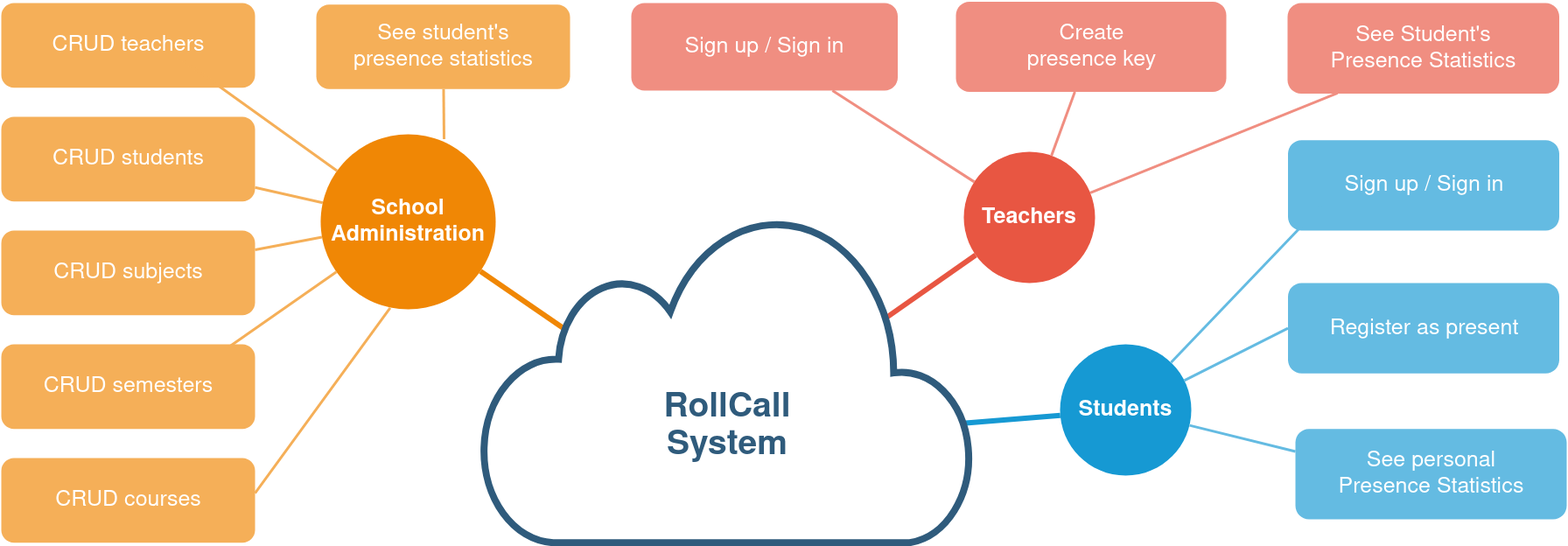
stefanosAgelastos/multi-db-web-server keeps this draw.io diagram as docs/report_system_schema.drawio.png. Above is the earlier version. Source tidied: cells renumbered, new cells last; positions are measured from the earlier drawing's top-left corner, leaving out a move shared by most shapes. Source of this version:
```xml
<mxGraphModel>
  <root>
    <mxCell id="0" />
    <mxCell id="1" parent="0" />
    <mxCell id="2" value="&lt;font style=&quot;font-size: 25px&quot;&gt;&lt;b&gt;School Administration&lt;/b&gt;&lt;/font&gt;" style="ellipse;whiteSpace=wrap;html=1;shadow=0;fontFamily=Helvetica;fontSize=20;fontColor=#FFFFFF;align=center;strokeWidth=3;fillColor=#F08705;strokeColor=none;gradientColor=none;" parent="1" vertex="1">
      <mxGeometry x="365" y="151" width="200" height="200" as="geometry" />
    </mxCell>
    <mxCell id="3" value="&lt;font style=&quot;font-size: 25px&quot;&gt;&lt;b&gt;Teachers&lt;/b&gt;&lt;/font&gt;" style="ellipse;whiteSpace=wrap;html=1;shadow=0;fontFamily=Helvetica;fontSize=20;fontColor=#FFFFFF;align=center;strokeWidth=3;fillColor=#E85642;strokeColor=none;" parent="1" vertex="1">
      <mxGeometry x="1100" y="171" width="150" height="150" as="geometry" />
    </mxCell>
    <mxCell id="4" value="&lt;font style=&quot;font-size: 25px&quot;&gt;&lt;b&gt;Students&lt;/b&gt;&lt;/font&gt;" style="ellipse;whiteSpace=wrap;html=1;shadow=0;fontFamily=Helvetica;fontSize=20;fontColor=#FFFFFF;align=center;strokeWidth=3;fillColor=#1699D3;strokeColor=none;" parent="1" vertex="1">
      <mxGeometry x="1210" y="391" width="150" height="150" as="geometry" />
    </mxCell>
    <mxCell id="5" style="endArrow=none;strokeWidth=6;strokeColor=#f08705;html=1;exitX=0.166;exitY=0.35;exitDx=0;exitDy=0;exitPerimeter=0;" parent="1" edge="1" source="19" target="2">
      <mxGeometry relative="1" as="geometry" />
    </mxCell>
    <mxCell id="6" style="endArrow=none;strokeWidth=6;strokeColor=#E85642;html=1;exitX=0.825;exitY=0.316;exitDx=0;exitDy=0;exitPerimeter=0;" parent="1" edge="1" source="19" target="3">
      <mxGeometry relative="1" as="geometry" />
    </mxCell>
    <mxCell id="7" style="endArrow=none;strokeWidth=6;strokeColor=#1699D3;html=1;exitX=0.986;exitY=0.637;exitDx=0;exitDy=0;exitPerimeter=0;" parent="1" edge="1" source="19" target="4">
      <mxGeometry relative="1" as="geometry" />
    </mxCell>
    <mxCell id="8" value="&lt;font style=&quot;font-size: 25px&quot;&gt;CRUD teachers&lt;/font&gt;" style="rounded=1;fillColor=#f5af58;strokeColor=none;strokeWidth=3;shadow=0;html=1;fontColor=#FFFFFF;" parent="1" vertex="1">
      <mxGeometry y="1" width="290" height="96.7" as="geometry" />
    </mxCell>
    <mxCell id="9" style="edgeStyle=none;endArrow=none;strokeWidth=3;strokeColor=#F5AF58;html=1;" parent="1" edge="1" source="2">
      <mxGeometry x="-730" y="101.5" as="geometry">
        <mxPoint x="200" y="61" as="targetPoint" />
      </mxGeometry>
    </mxCell>
    <mxCell id="10" value="&lt;font style=&quot;font-size: 25px&quot;&gt;Sign up / Sign in&lt;/font&gt;" style="rounded=1;fillColor=#f08e81;strokeColor=none;strokeWidth=3;shadow=0;html=1;fontColor=#FFFFFF;" parent="1" vertex="1">
      <mxGeometry x="720" y="1" width="304.5" height="100" as="geometry" />
    </mxCell>
    <mxCell id="11" style="edgeStyle=none;endArrow=none;strokeWidth=3;strokeColor=#F08E81;html=1;entryX=0.184;entryY=0.995;entryDx=0;entryDy=0;entryPerimeter=0;" parent="1" edge="1" source="3" target="21">
      <mxGeometry x="-600" y="146.5" as="geometry" />
    </mxCell>
    <mxCell id="12" style="edgeStyle=none;endArrow=none;strokeWidth=3;strokeColor=#F08E81;html=1;" parent="1" edge="1" source="3" target="20">
      <mxGeometry x="-600" y="146.5" as="geometry" />
    </mxCell>
    <mxCell id="13" style="edgeStyle=none;endArrow=none;strokeWidth=3;strokeColor=#F08E81;html=1;" parent="1" edge="1" source="3" target="10">
      <mxGeometry x="-600" y="146.5" as="geometry" />
    </mxCell>
    <mxCell id="14" value="&lt;span style=&quot;font-size: 25px&quot;&gt;Sign up / Sign in&lt;/span&gt;" style="rounded=1;fillColor=#64BBE2;strokeColor=none;strokeWidth=3;shadow=0;html=1;fontColor=#FFFFFF;" parent="1" vertex="1">
      <mxGeometry x="1470.5" y="157.7" width="310" height="103.3" as="geometry" />
    </mxCell>
    <mxCell id="15" style="edgeStyle=none;endArrow=none;strokeWidth=3;strokeColor=#64BBE2;html=1;entryX=0.127;entryY=0.71;entryDx=0;entryDy=0;entryPerimeter=0;" parent="1" edge="1" source="4" target="14">
      <mxGeometry x="-114" y="96.5" as="geometry" />
    </mxCell>
    <mxCell id="16" style="edgeStyle=none;endArrow=none;strokeWidth=3;strokeColor=#64BBE2;html=1;entryX=0;entryY=0.5;entryDx=0;entryDy=0;" parent="1" edge="1" source="4" target="22">
      <mxGeometry x="-114" y="96.5" as="geometry" />
    </mxCell>
    <mxCell id="17" style="edgeStyle=none;endArrow=none;strokeWidth=3;strokeColor=#64BBE2;html=1;entryX=0;entryY=0.25;entryDx=0;entryDy=0;" parent="1" edge="1" source="4" target="23">
      <mxGeometry x="-114" y="96.5" as="geometry" />
    </mxCell>
    <mxCell id="18" style="edgeStyle=orthogonalEdgeStyle;rounded=0;html=1;exitX=0.75;exitY=0;entryX=0.75;entryY=0;startArrow=none;startFill=0;endArrow=block;endFill=1;jettySize=auto;orthogonalLoop=1;strokeColor=#12aab5;strokeWidth=6;fontSize=20;fontColor=#2F5B7C;" parent="1" edge="1">
      <mxGeometry relative="1" as="geometry">
        <mxPoint x="1300" y="181" as="sourcePoint" />
        <mxPoint x="1300" y="181" as="targetPoint" />
      </mxGeometry>
    </mxCell>
    <mxCell id="19" value="&lt;p style=&quot;line-height: 1.1 ; font-size: 39px&quot;&gt;&lt;span style=&quot;font-family: &amp;#34;helvetica&amp;#34; ; font-style: normal ; letter-spacing: normal ; text-align: center ; text-indent: 0px ; text-transform: none ; word-spacing: 0px ; display: inline ; float: none&quot;&gt;RollCall&lt;/span&gt;&lt;br style=&quot;font-family: &amp;#34;helvetica&amp;#34; ; font-style: normal ; letter-spacing: normal ; text-align: center ; text-indent: 0px ; text-transform: none ; word-spacing: 0px&quot;&gt;&lt;span style=&quot;font-family: &amp;#34;helvetica&amp;#34; ; font-style: normal ; letter-spacing: normal ; text-align: center ; text-indent: 0px ; text-transform: none ; word-spacing: 0px ; display: inline ; float: none&quot;&gt;System&lt;/span&gt;&lt;/p&gt;" style="html=1;verticalLabelPosition=bottom;align=center;labelBackgroundColor=none;verticalAlign=top;strokeWidth=8;strokeColor=#2F5B7C;shadow=0;dashed=0;shape=mxgraph.ios7.icons.cloud;horizontal=1;spacingTop=-220;fontStyle=1;whiteSpace=wrap;fontColor=#2F5B7C;" parent="1" vertex="1">
      <mxGeometry x="550" y="241.2" width="560" height="376.5" as="geometry" />
    </mxCell>
    <mxCell id="20" value="&lt;font style=&quot;font-size: 25px&quot;&gt;Create&lt;br&gt;presence key&lt;br&gt;&lt;/font&gt;" style="rounded=1;fillColor=#f08e81;strokeColor=none;strokeWidth=3;shadow=0;html=1;fontColor=#FFFFFF;" parent="1" vertex="1">
      <mxGeometry x="1091" y="-0.5" width="309" height="103" as="geometry" />
    </mxCell>
    <mxCell id="21" value="&lt;font style=&quot;font-size: 25px&quot;&gt;See Student's&lt;br&gt;Presence Statistics&lt;br&gt;&lt;/font&gt;" style="rounded=1;fillColor=#f08e81;strokeColor=none;strokeWidth=3;shadow=0;html=1;fontColor=#FFFFFF;" parent="1" vertex="1">
      <mxGeometry x="1470" y="1" width="310.5" height="103.5" as="geometry" />
    </mxCell>
    <mxCell id="22" value="&lt;span style=&quot;font-size: 25px&quot;&gt;Register as present&lt;/span&gt;" style="rounded=1;fillColor=#64BBE2;strokeColor=none;strokeWidth=3;shadow=0;html=1;fontColor=#FFFFFF;" parent="1" vertex="1">
      <mxGeometry x="1470.5" y="321" width="310" height="103.3" as="geometry" />
    </mxCell>
    <mxCell id="23" value="&lt;span style=&quot;font-size: 25px&quot;&gt;See personal&lt;br&gt;Presence Statistics&lt;br&gt;&lt;/span&gt;" style="rounded=1;fillColor=#64BBE2;strokeColor=none;strokeWidth=3;shadow=0;html=1;fontColor=#FFFFFF;" parent="1" vertex="1">
      <mxGeometry x="1479" y="487.7" width="310" height="103.3" as="geometry" />
    </mxCell>
    <mxCell id="24" value="&lt;font style=&quot;font-size: 25px&quot;&gt;CRUD students&lt;/font&gt;" style="rounded=1;fillColor=#f5af58;strokeColor=none;strokeWidth=3;shadow=0;html=1;fontColor=#FFFFFF;" parent="1" vertex="1">
      <mxGeometry y="131" width="290" height="96.7" as="geometry" />
    </mxCell>
    <mxCell id="25" style="edgeStyle=none;endArrow=none;strokeWidth=3;strokeColor=#F5AF58;html=1;" parent="1" edge="1" source="2" target="24">
      <mxGeometry x="-745.8" y="281.5" as="geometry" />
    </mxCell>
    <mxCell id="26" value="&lt;font style=&quot;font-size: 25px&quot;&gt;CRUD subjects&lt;/font&gt;" style="rounded=1;fillColor=#f5af58;strokeColor=none;strokeWidth=3;shadow=0;html=1;fontColor=#FFFFFF;" parent="1" vertex="1">
      <mxGeometry y="261" width="290" height="96.7" as="geometry" />
    </mxCell>
    <mxCell id="27" style="edgeStyle=none;endArrow=none;strokeWidth=3;strokeColor=#F5AF58;html=1;" parent="1" edge="1" source="2" target="26">
      <mxGeometry x="-720" y="421.5" as="geometry" />
    </mxCell>
    <mxCell id="28" value="&lt;font style=&quot;font-size: 25px&quot;&gt;CRUD semesters&lt;/font&gt;" style="rounded=1;fillColor=#f5af58;strokeColor=none;strokeWidth=3;shadow=0;html=1;fontColor=#FFFFFF;" parent="1" vertex="1">
      <mxGeometry y="391" width="290" height="96.7" as="geometry" />
    </mxCell>
    <mxCell id="29" style="edgeStyle=none;endArrow=none;strokeWidth=3;strokeColor=#F5AF58;html=1;entryX=0.886;entryY=0.055;entryDx=0;entryDy=0;entryPerimeter=0;" parent="1" edge="1" source="2" target="28">
      <mxGeometry x="-710" y="431.5" as="geometry" />
    </mxCell>
    <mxCell id="30" value="&lt;font style=&quot;font-size: 25px&quot;&gt;CRUD courses&lt;/font&gt;" style="rounded=1;fillColor=#f5af58;strokeColor=none;strokeWidth=3;shadow=0;html=1;fontColor=#FFFFFF;" parent="1" vertex="1">
      <mxGeometry y="521" width="290" height="96.7" as="geometry" />
    </mxCell>
    <mxCell id="31" style="edgeStyle=none;endArrow=none;strokeWidth=3;strokeColor=#F5AF58;html=1;exitX=0.397;exitY=0.992;exitDx=0;exitDy=0;exitPerimeter=0;entryX=1;entryY=0.414;entryDx=0;entryDy=0;entryPerimeter=0;" parent="1" edge="1" source="2" target="30">
      <mxGeometry x="-720" y="111.5" as="geometry" />
    </mxCell>
    <mxCell id="32" value="&lt;div&gt;&lt;font style=&quot;font-size: 25px&quot;&gt;See student's&lt;br&gt;&lt;/font&gt;&lt;/div&gt;&lt;div&gt;&lt;font style=&quot;font-size: 25px&quot;&gt;presence statistics&lt;/font&gt;&lt;/div&gt;" style="rounded=1;fillColor=#f5af58;strokeColor=none;strokeWidth=3;shadow=0;html=1;fontColor=#FFFFFF;" parent="1" vertex="1">
      <mxGeometry x="360" y="2.7" width="290" height="96.7" as="geometry" />
    </mxCell>
    <mxCell id="33" style="edgeStyle=none;endArrow=none;strokeWidth=3;strokeColor=#F5AF58;html=1;entryX=0.705;entryY=0.028;entryDx=0;entryDy=0;entryPerimeter=0;" parent="1" edge="1" source="32" target="2">
      <mxGeometry x="-710" y="121.5" as="geometry" />
    </mxCell>
  </root>
</mxGraphModel>
```
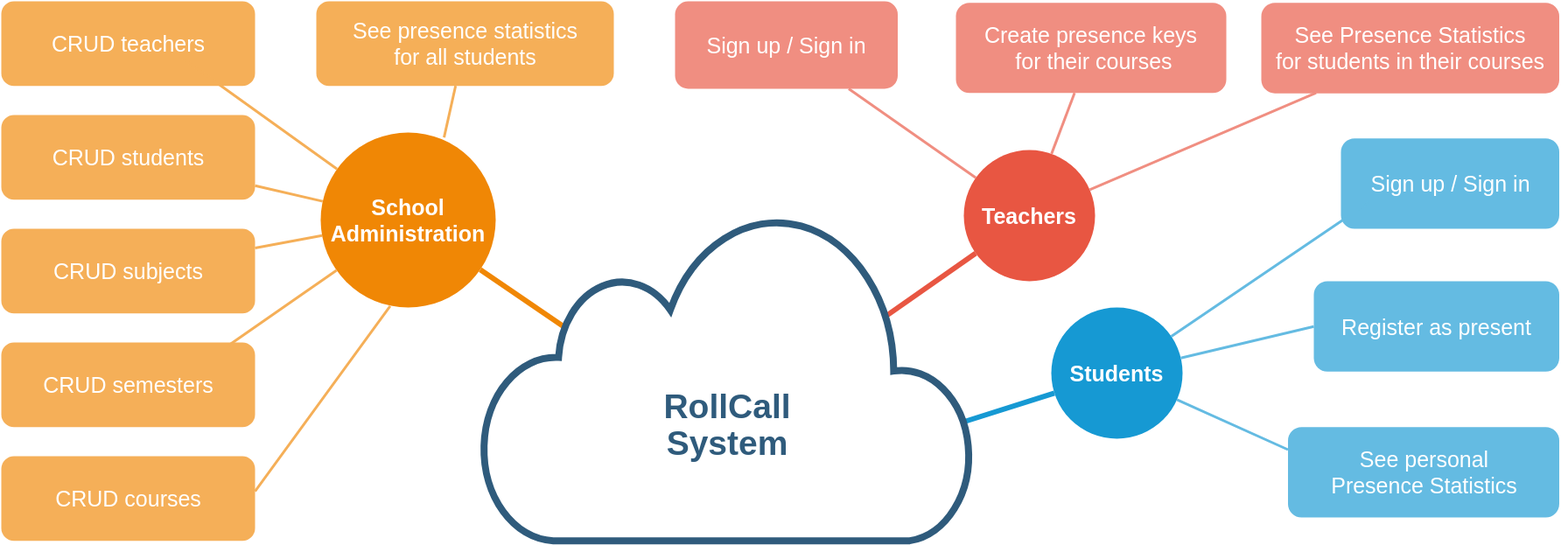
Later version of the same file.

Change to the diagram source:
```diff
@@ -9,7 +9,7 @@
       <mxGeometry x="1100" y="171" width="150" height="150" as="geometry" />
     </mxCell>
     <mxCell id="4" value="&lt;font style=&quot;font-size: 25px&quot;&gt;&lt;b&gt;Students&lt;/b&gt;&lt;/font&gt;" style="ellipse;whiteSpace=wrap;html=1;shadow=0;fontFamily=Helvetica;fontSize=20;fontColor=#FFFFFF;align=center;strokeWidth=3;fillColor=#1699D3;strokeColor=none;" parent="1" vertex="1">
-      <mxGeometry x="1210" y="391" width="150" height="150" as="geometry" />
+      <mxGeometry x="1200" y="351" width="150" height="150" as="geometry" />
     </mxCell>
     <mxCell id="5" style="endArrow=none;strokeWidth=6;strokeColor=#f08705;html=1;exitX=0.166;exitY=0.35;exitDx=0;exitDy=0;exitPerimeter=0;" parent="1" edge="1" source="19" target="2">
       <mxGeometry relative="1" as="geometry" />
@@ -29,7 +29,7 @@
       </mxGeometry>
     </mxCell>
     <mxCell id="10" value="&lt;font style=&quot;font-size: 25px&quot;&gt;Sign up / Sign in&lt;/font&gt;" style="rounded=1;fillColor=#f08e81;strokeColor=none;strokeWidth=3;shadow=0;html=1;fontColor=#FFFFFF;" parent="1" vertex="1">
-      <mxGeometry x="720" y="1" width="304.5" height="100" as="geometry" />
+      <mxGeometry x="770" y="1" width="254.5" height="100" as="geometry" />
     </mxCell>
     <mxCell id="11" style="edgeStyle=none;endArrow=none;strokeWidth=3;strokeColor=#F08E81;html=1;entryX=0.184;entryY=0.995;entryDx=0;entryDy=0;entryPerimeter=0;" parent="1" edge="1" source="3" target="21">
       <mxGeometry x="-600" y="146.5" as="geometry" />
@@ -41,7 +41,7 @@
       <mxGeometry x="-600" y="146.5" as="geometry" />
     </mxCell>
     <mxCell id="14" value="&lt;span style=&quot;font-size: 25px&quot;&gt;Sign up / Sign in&lt;/span&gt;" style="rounded=1;fillColor=#64BBE2;strokeColor=none;strokeWidth=3;shadow=0;html=1;fontColor=#FFFFFF;" parent="1" vertex="1">
-      <mxGeometry x="1470.5" y="157.7" width="310" height="103.3" as="geometry" />
+      <mxGeometry x="1531" y="157.7" width="249.5" height="103.3" as="geometry" />
     </mxCell>
     <mxCell id="15" style="edgeStyle=none;endArrow=none;strokeWidth=3;strokeColor=#64BBE2;html=1;entryX=0.127;entryY=0.71;entryDx=0;entryDy=0;entryPerimeter=0;" parent="1" edge="1" source="4" target="14">
       <mxGeometry x="-114" y="96.5" as="geometry" />
@@ -61,17 +61,17 @@
     <mxCell id="19" value="&lt;p style=&quot;line-height: 1.1 ; font-size: 39px&quot;&gt;&lt;span style=&quot;font-family: &amp;#34;helvetica&amp;#34; ; font-style: normal ; letter-spacing: normal ; text-align: center ; text-indent: 0px ; text-transform: none ; word-spacing: 0px ; display: inline ; float: none&quot;&gt;RollCall&lt;/span&gt;&lt;br style=&quot;font-family: &amp;#34;helvetica&amp;#34; ; font-style: normal ; letter-spacing: normal ; text-align: center ; text-indent: 0px ; text-transform: none ; word-spacing: 0px&quot;&gt;&lt;span style=&quot;font-family: &amp;#34;helvetica&amp;#34; ; font-style: normal ; letter-spacing: normal ; text-align: center ; text-indent: 0px ; text-transform: none ; word-spacing: 0px ; display: inline ; float: none&quot;&gt;System&lt;/span&gt;&lt;/p&gt;" style="html=1;verticalLabelPosition=bottom;align=center;labelBackgroundColor=none;verticalAlign=top;strokeWidth=8;strokeColor=#2F5B7C;shadow=0;dashed=0;shape=mxgraph.ios7.icons.cloud;horizontal=1;spacingTop=-220;fontStyle=1;whiteSpace=wrap;fontColor=#2F5B7C;" parent="1" vertex="1">
       <mxGeometry x="550" y="241.2" width="560" height="376.5" as="geometry" />
     </mxCell>
-    <mxCell id="20" value="&lt;font style=&quot;font-size: 25px&quot;&gt;Create&lt;br&gt;presence key&lt;br&gt;&lt;/font&gt;" style="rounded=1;fillColor=#f08e81;strokeColor=none;strokeWidth=3;shadow=0;html=1;fontColor=#FFFFFF;" parent="1" vertex="1">
-      <mxGeometry x="1091" y="-0.5" width="309" height="103" as="geometry" />
+    <mxCell id="20" value="&lt;font style=&quot;font-size: 25px&quot;&gt;Create presence keys&lt;br&gt;&amp;nbsp;for their courses&lt;br&gt;&lt;/font&gt;" style="rounded=1;fillColor=#f08e81;strokeColor=none;strokeWidth=3;shadow=0;html=1;fontColor=#FFFFFF;" parent="1" vertex="1">
+      <mxGeometry x="1091" y="2.7" width="309" height="103" as="geometry" />
     </mxCell>
-    <mxCell id="21" value="&lt;font style=&quot;font-size: 25px&quot;&gt;See Student's&lt;br&gt;Presence Statistics&lt;br&gt;&lt;/font&gt;" style="rounded=1;fillColor=#f08e81;strokeColor=none;strokeWidth=3;shadow=0;html=1;fontColor=#FFFFFF;" parent="1" vertex="1">
-      <mxGeometry x="1470" y="1" width="310.5" height="103.5" as="geometry" />
+    <mxCell id="21" value="&lt;font style=&quot;font-size: 25px&quot;&gt;See Presence Statistics&lt;br&gt;for students in their courses&lt;br&gt;&lt;/font&gt;" style="rounded=1;fillColor=#f08e81;strokeColor=none;strokeWidth=3;shadow=0;html=1;fontColor=#FFFFFF;" parent="1" vertex="1">
+      <mxGeometry x="1440" y="2.7" width="340.5" height="103.5" as="geometry" />
     </mxCell>
     <mxCell id="22" value="&lt;span style=&quot;font-size: 25px&quot;&gt;Register as present&lt;/span&gt;" style="rounded=1;fillColor=#64BBE2;strokeColor=none;strokeWidth=3;shadow=0;html=1;fontColor=#FFFFFF;" parent="1" vertex="1">
-      <mxGeometry x="1470.5" y="321" width="310" height="103.3" as="geometry" />
+      <mxGeometry x="1500" y="321" width="280.5" height="103.3" as="geometry" />
     </mxCell>
     <mxCell id="23" value="&lt;span style=&quot;font-size: 25px&quot;&gt;See personal&lt;br&gt;Presence Statistics&lt;br&gt;&lt;/span&gt;" style="rounded=1;fillColor=#64BBE2;strokeColor=none;strokeWidth=3;shadow=0;html=1;fontColor=#FFFFFF;" parent="1" vertex="1">
-      <mxGeometry x="1479" y="487.7" width="310" height="103.3" as="geometry" />
+      <mxGeometry x="1470.5" y="487.7" width="310" height="103.3" as="geometry" />
     </mxCell>
     <mxCell id="24" value="&lt;font style=&quot;font-size: 25px&quot;&gt;CRUD students&lt;/font&gt;" style="rounded=1;fillColor=#f5af58;strokeColor=none;strokeWidth=3;shadow=0;html=1;fontColor=#FFFFFF;" parent="1" vertex="1">
       <mxGeometry y="131" width="290" height="96.7" as="geometry" />
@@ -97,8 +97,8 @@
     <mxCell id="31" style="edgeStyle=none;endArrow=none;strokeWidth=3;strokeColor=#F5AF58;html=1;exitX=0.397;exitY=0.992;exitDx=0;exitDy=0;exitPerimeter=0;entryX=1;entryY=0.414;entryDx=0;entryDy=0;entryPerimeter=0;" parent="1" edge="1" source="2" target="30">
       <mxGeometry x="-720" y="111.5" as="geometry" />
     </mxCell>
-    <mxCell id="32" value="&lt;div&gt;&lt;font style=&quot;font-size: 25px&quot;&gt;See student's&lt;br&gt;&lt;/font&gt;&lt;/div&gt;&lt;div&gt;&lt;font style=&quot;font-size: 25px&quot;&gt;presence statistics&lt;/font&gt;&lt;/div&gt;" style="rounded=1;fillColor=#f5af58;strokeColor=none;strokeWidth=3;shadow=0;html=1;fontColor=#FFFFFF;" parent="1" vertex="1">
-      <mxGeometry x="360" y="2.7" width="290" height="96.7" as="geometry" />
+    <mxCell id="32" value="&lt;div&gt;&lt;font style=&quot;font-size: 25px&quot;&gt;See&amp;nbsp;&lt;/font&gt;&lt;span style=&quot;font-size: 25px&quot;&gt;presence statistics&lt;/span&gt;&lt;/div&gt;&lt;div&gt;&lt;span style=&quot;font-size: 25px&quot;&gt;for all students&lt;/span&gt;&lt;/div&gt;" style="rounded=1;fillColor=#f5af58;strokeColor=none;strokeWidth=3;shadow=0;html=1;fontColor=#FFFFFF;" parent="1" vertex="1">
+      <mxGeometry x="360" y="1" width="340" height="96.7" as="geometry" />
     </mxCell>
     <mxCell id="33" style="edgeStyle=none;endArrow=none;strokeWidth=3;strokeColor=#F5AF58;html=1;entryX=0.705;entryY=0.028;entryDx=0;entryDy=0;entryPerimeter=0;" parent="1" edge="1" source="32" target="2">
       <mxGeometry x="-710" y="121.5" as="geometry" />
```
